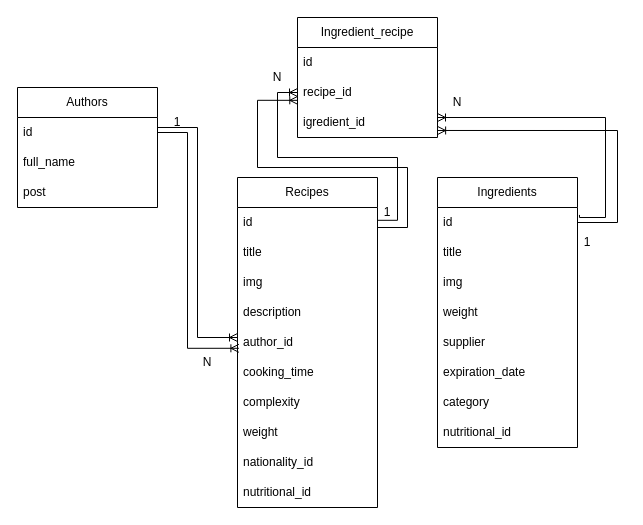
The draw.io diagram Берестин/Технология разработки и защиты БД/06.04.2026/cook.drawio in enhaiii/study3, before the edit. Source tidied: cells renumbered, new cells numbered last; positions are measured from the earlier drawing's top-left corner, leaving out a move shared by most shapes. Both pictures are drawn from the tidied source at 100%, with x=0, y=0 at pixel (17, 17).
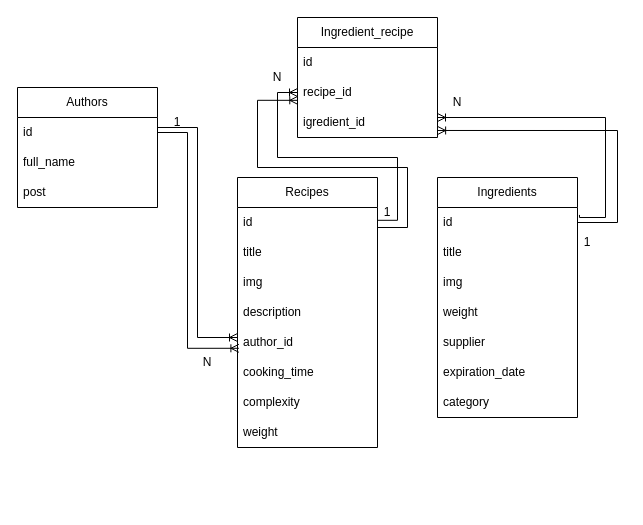
The same diagram, later.

Diff of the diagram source:
```diff
@@
     <mxCell id="2" value="Recipes" style="swimlane;fontStyle=0;horizontal=1;startSize=30;whiteSpace=wrap;html=1;" parent="1" vertex="1">
-      <mxGeometry x="220" y="160" width="140" height="330" as="geometry" />
+      <mxGeometry x="220" y="160" width="140" height="270" as="geometry" />
     </mxCell>
@@
-    <mxCell id="11" value="nationality_id" style="text;strokeColor=none;fillColor=none;align=left;verticalAlign=middle;spacingLeft=4;spacingRight=4;overflow=hidden;whiteSpace=wrap;html=1;" parent="2" vertex="1">
-      <mxGeometry y="270" width="140" height="30" as="geometry" />
-    </mxCell>
-    <mxCell id="12" value="nutritional_id" style="text;strokeColor=none;fillColor=none;align=left;verticalAlign=middle;spacingLeft=4;spacingRight=4;overflow=hidden;whiteSpace=wrap;html=1;" parent="2" vertex="1">
-      <mxGeometry y="300" width="140" height="30" as="geometry" />
-    </mxCell>
     <mxCell id="13" value="Ingredients" style="swimlane;fontStyle=0;horizontal=1;startSize=30;whiteSpace=wrap;html=1;" parent="1" vertex="1">
-      <mxGeometry x="420" y="160" width="140" height="270" as="geometry" />
+      <mxGeometry x="420" y="160" width="140" height="240" as="geometry" />
     </mxCell>
@@
-    <mxCell id="21" value="nutritional_id" style="text;strokeColor=none;fillColor=none;align=left;verticalAlign=middle;spacingLeft=4;spacingRight=4;overflow=hidden;whiteSpace=wrap;html=1;" parent="13" vertex="1">
-      <mxGeometry y="240" width="140" height="30" as="geometry" />
-    </mxCell>
```
